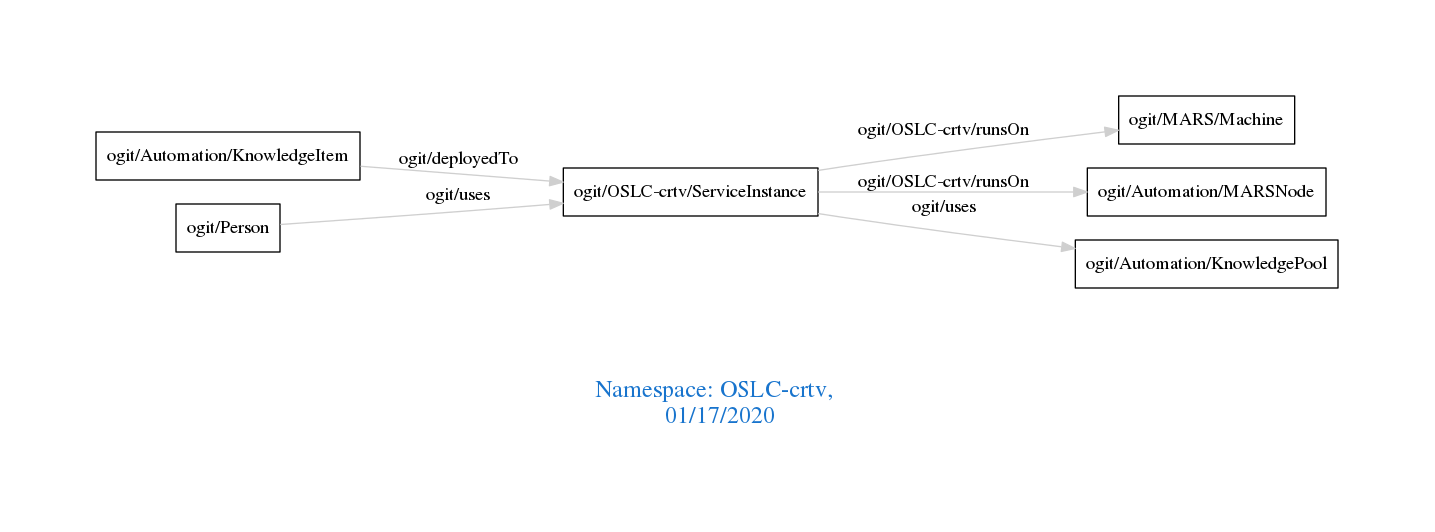
Earlier version of the Graphviz export downloads/OSLC-crtv.png (arago/OGIT). Its source is kept beside it as downloads/OSLC-crtv.dot.
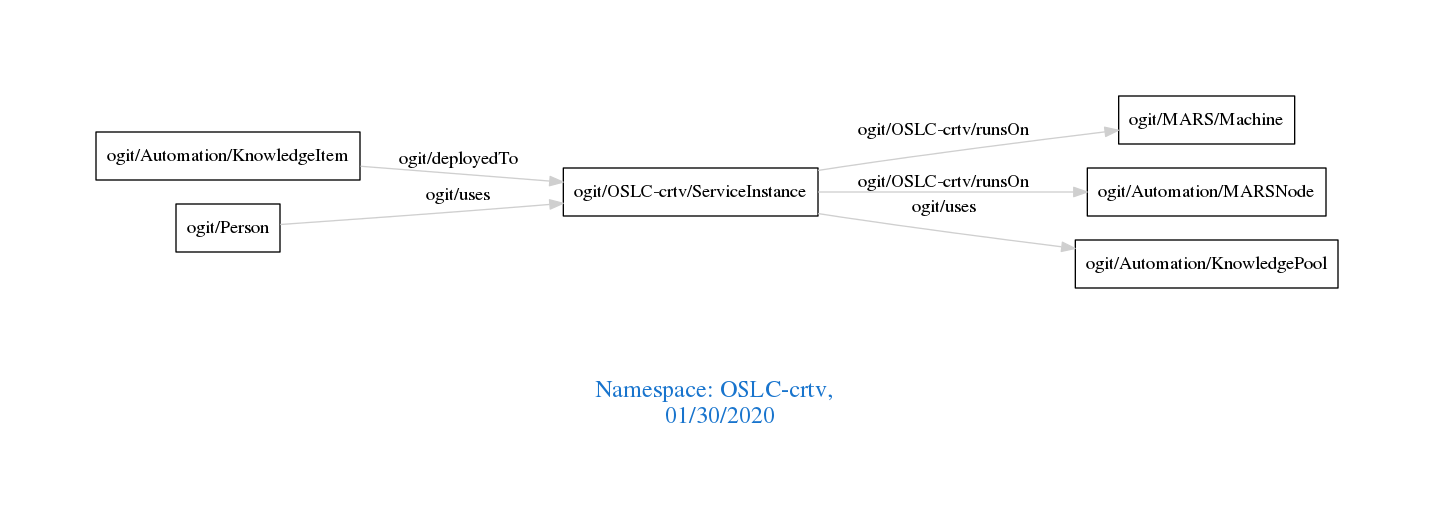
After the commit.

The edit, as a diff of the source:
```diff
@@ -1,7 +1,7 @@
 digraph OGIT_ontology {
  graph [ rankdir= LR,pad=1
 fontsize = 18,
-fontcolor= dodgerblue3,label = "\n\n\nNamespace: OSLC-crtv, \n 01/17/2020"];
+fontcolor= dodgerblue3,label = "\n\n\nNamespace: OSLC-crtv, \n 01/30/2020"];
 node[shape=polygon];
 edge [  color="gray81"];
 
```
